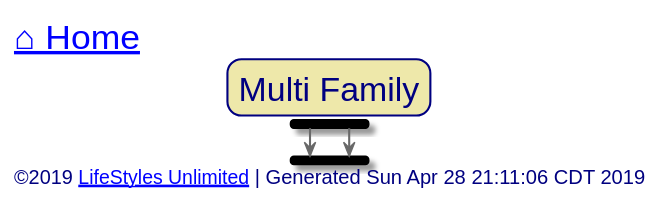
Above: out/src/multi-family/index.svg in toddmo/lifestylesunlimited (PlantUML), before the change.
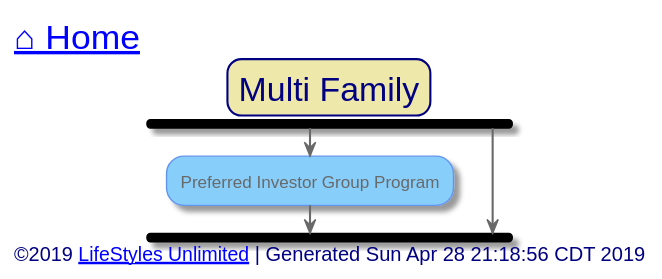
After the commit.

Change to the diagram source:
```diff
@@ -82,13 +82,14 @@
 	Title Multi Family
 
 	fork
+		[[preferred-investor-group-program.svg?sanitize=true]]#LightSkyBlue:Preferred Investor Group Program;
 	fork again
 	end fork
 
 
 
 left footer
-	<font size=14>©2019 [[http://www.lifestylesunlimited.com LifeStyles Unlimited]] | Generated Sun Apr 28 21:11:06 CDT 2019</font>
+	<font size=14>©2019 [[http://www.lifestylesunlimited.com LifeStyles Unlimited]] | Generated Sun Apr 28 21:18:56 CDT 2019</font>
 endfooter
 
 
```
